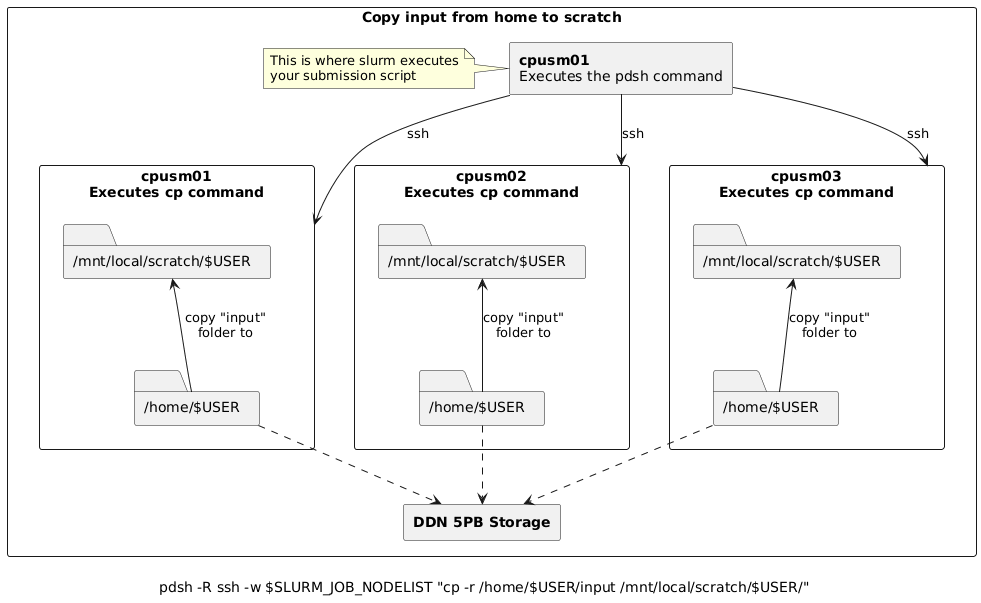
Above: guides/storage/images/pdsh_home_to_scratch.png in ularc/zurada (PlantUML), before the change.
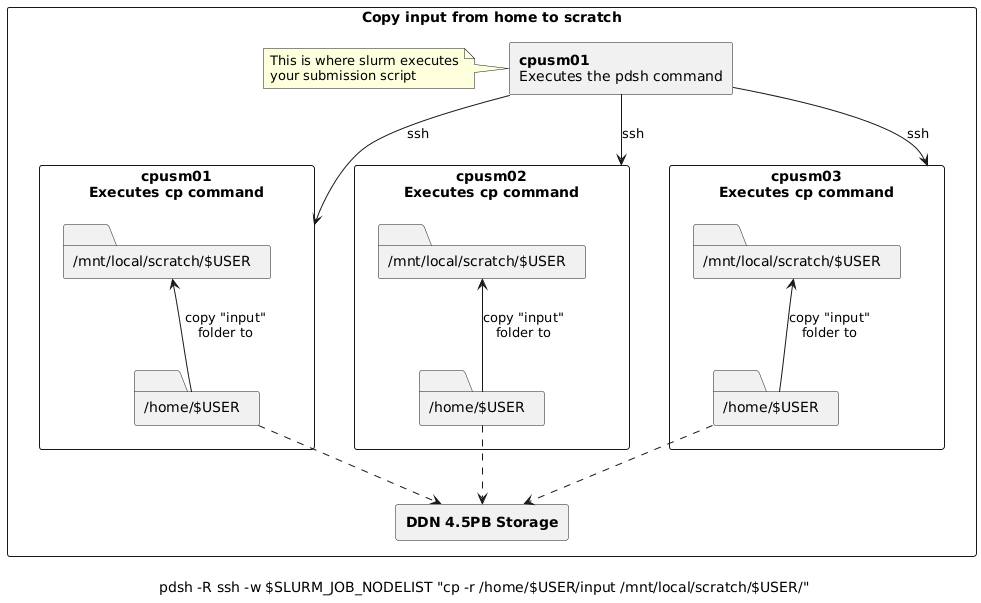
The same diagram one commit later.

Commit message:
fix Lustre storage size and name in diagrams

Diff of the diagram source:
```diff
@@ -7,7 +7,7 @@
   This is where slurm executes
   your submission script
 end note
-rectangle "<b>DDN 5PB Storage" as Shared
+rectangle "<b>DDN 4.5PB Storage" as Shared
 
 rectangle "<b>cpusm01\nExecutes cp command" as Node1 {
   folder "/home/$USER" as Node1Home
```
